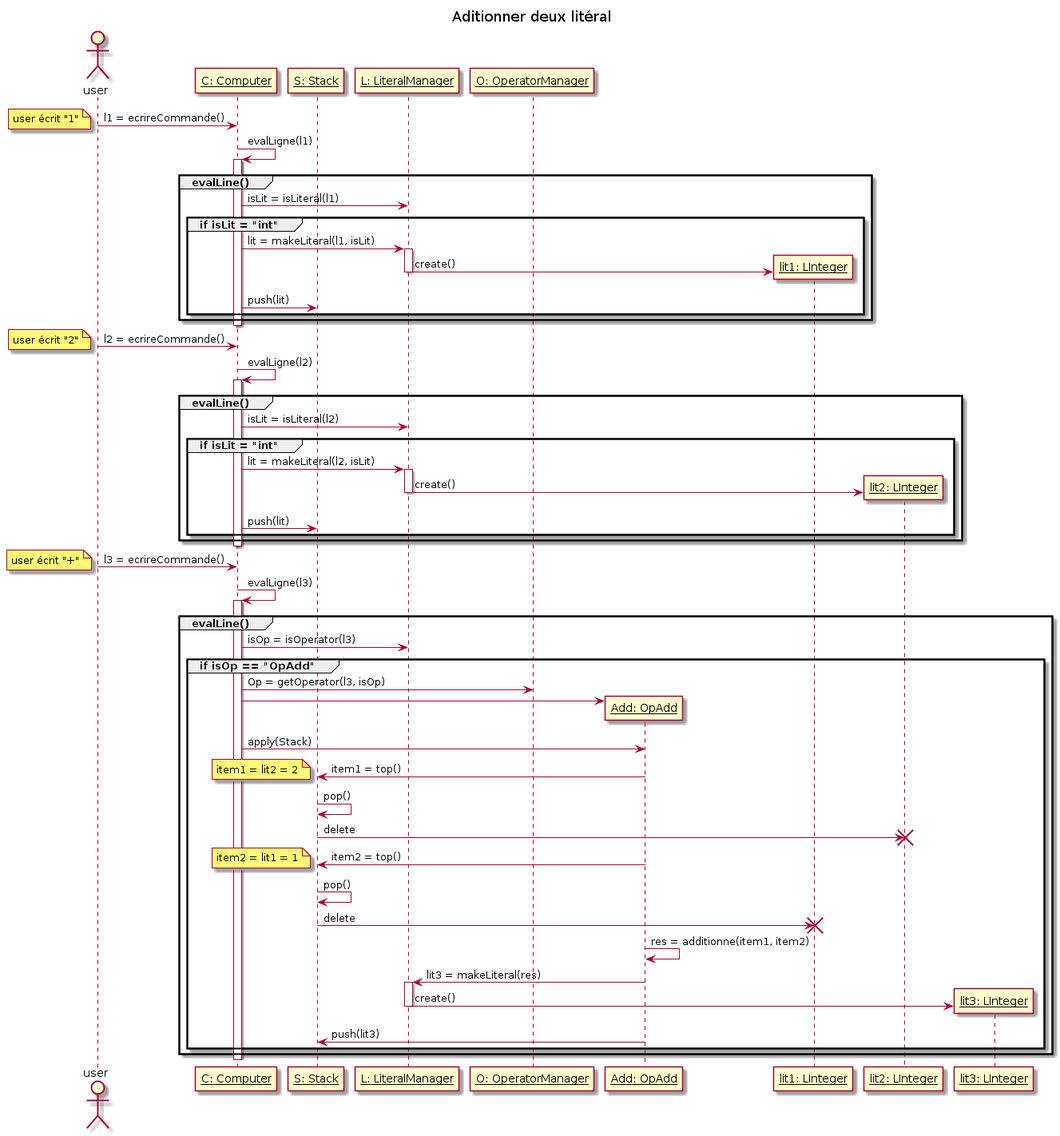
The PlantUML diagram UML/diagrammeSequenceAddition.png in pltheoclement/LO21, before a commit.
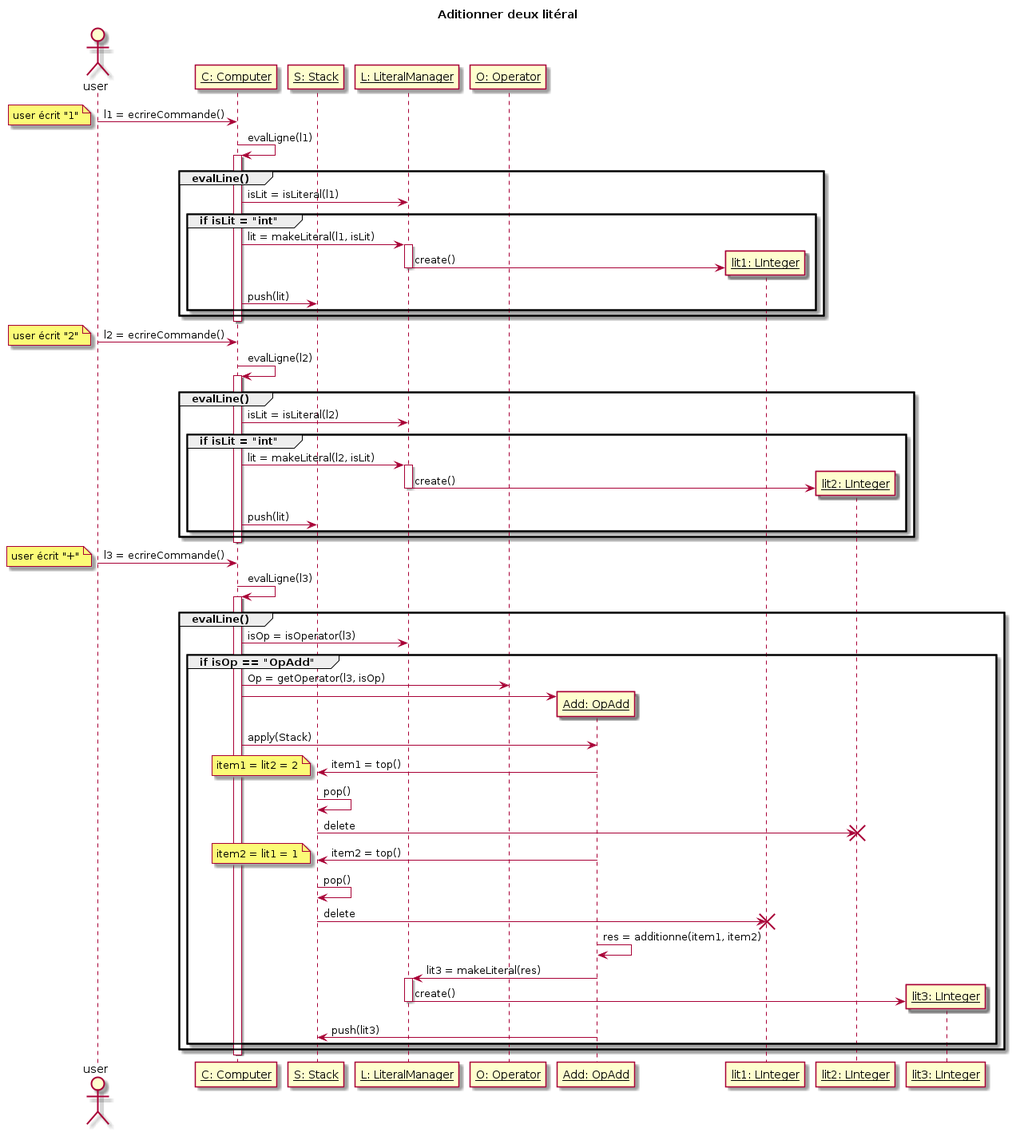
After the change.

Commit message:
modification des diagrammes UML

Diff of the diagram source:
```diff
@@ -5,7 +5,7 @@
 participant "__C: Computer__" as Computer
 participant "__S: Stack__" as Stack
 participant "__L: LiteralManager__" as LiteralManager
-participant "__O: OperatorManager__" as OperatorManager
+participant "__O: Operator__" as Operator
 participant "__Add: OpAdd__" as Add
 
 user -> Computer : l1 = ecrireCommande()
@@ -48,7 +48,7 @@
   group evalLine()
   Computer -> LiteralManager : isOp = isOperator(l3)
   group if isOp == "OpAdd"
-    Computer -> OperatorManager : Op = getOperator(l3, isOp)
+    Computer -> Operator : Op = getOperator(l3, isOp)
     Computer -> Add **
     Computer -> Add :apply(Stack)
     Add -> Stack : item1 = top()
```
